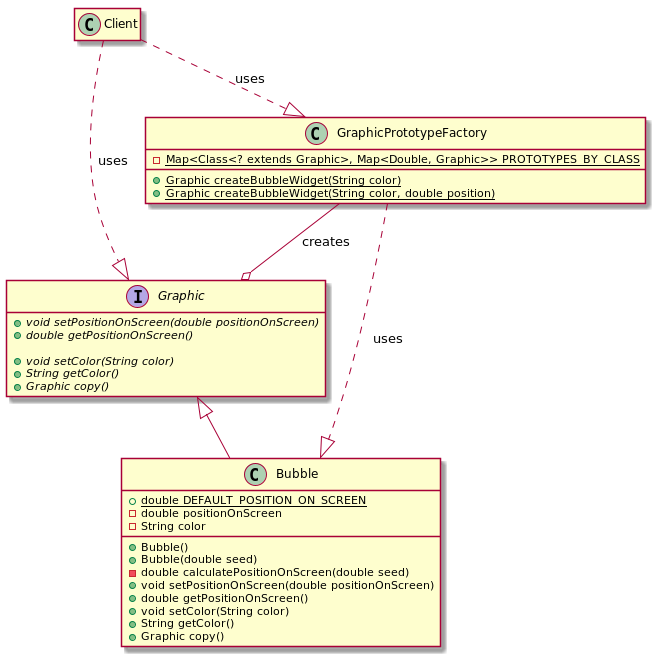
Before: DesignPatternsElementsOfReusableObjectOrientesSoftware/Chapter03/Prototype/image/code_class_design.png, a diagram exported from PlantUML (lealceldeiro/gems). The source it was exported from:
```plantuml
@startuml

interface Graphic {
    + {abstract} void setPositionOnScreen(double positionOnScreen)
    + {abstract} double getPositionOnScreen()

    + {abstract} void setColor(String color)
    + {abstract} String getColor()
    + {abstract} Graphic copy()
}


class Bubble extends Graphic {
    + {static} double DEFAULT_POSITION_ON_SCREEN
    - double positionOnScreen
    - String color

    + Bubble()
    + Bubble(double seed)
    - double calculatePositionOnScreen(double seed)
    + void setPositionOnScreen(double positionOnScreen)
    + double getPositionOnScreen()
    + void setColor(String color)
    + String getColor()
    + Graphic copy()
}

class GraphicPrototypeFactory {
    - {static} Map<Class<? extends Graphic>, Map<Double, Graphic>> PROTOTYPES_BY_CLASS

    + {static} Graphic createBubbleWidget(String color)
    + {static} Graphic createBubbleWidget(String color, double position)
}

GraphicPrototypeFactory --o Graphic : creates
GraphicPrototypeFactory ..|> Bubble : uses

class Client

Client ..|> Graphic : uses
Client ..|> GraphicPrototypeFactory : uses

hide empty members
@enduml
```
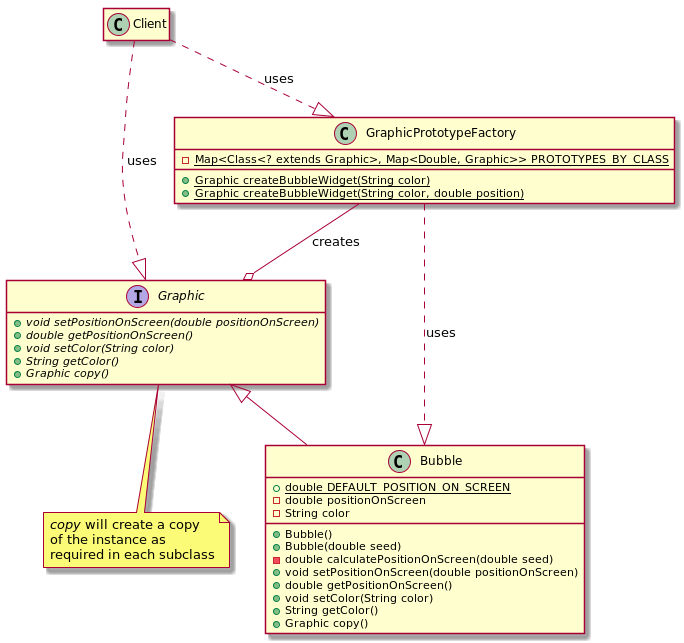
Later version of the same file.

Commit message:
Update image of class design for code example

Change to the diagram source:
```diff
@@ -3,12 +3,11 @@
 interface Graphic {
     + {abstract} void setPositionOnScreen(double positionOnScreen)
     + {abstract} double getPositionOnScreen()
-
     + {abstract} void setColor(String color)
     + {abstract} String getColor()
     + {abstract} Graphic copy()
 }
-
+note bottom of Graphic : <i>copy</i> will create a copy\nof the instance as\nrequired in each subclass
 
 class Bubble extends Graphic {
     + {static} double DEFAULT_POSITION_ON_SCREEN
```
